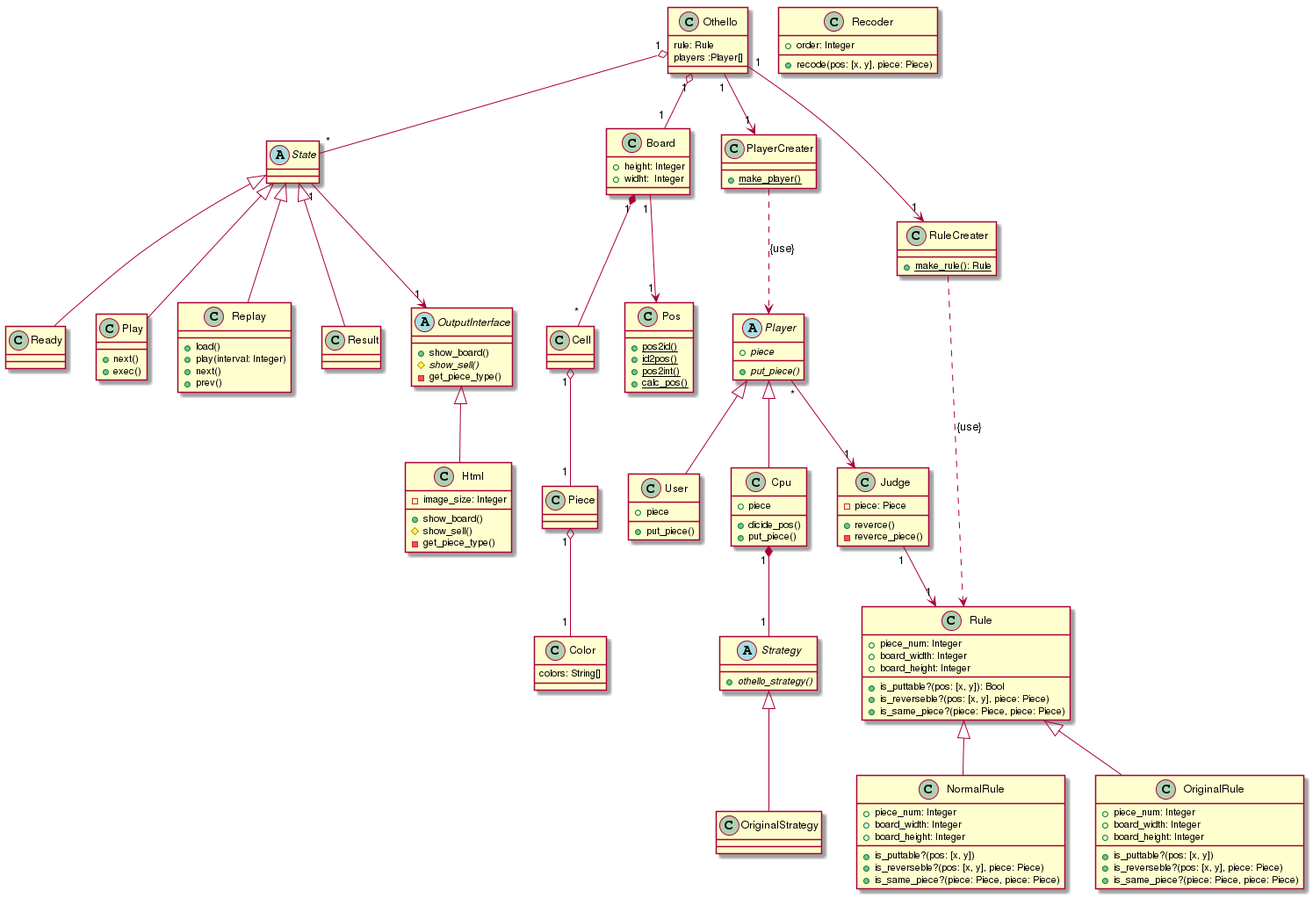
This is uml/othello.png from MaxMEllon/AppBox, a PlantUML export, as it was before one commit.
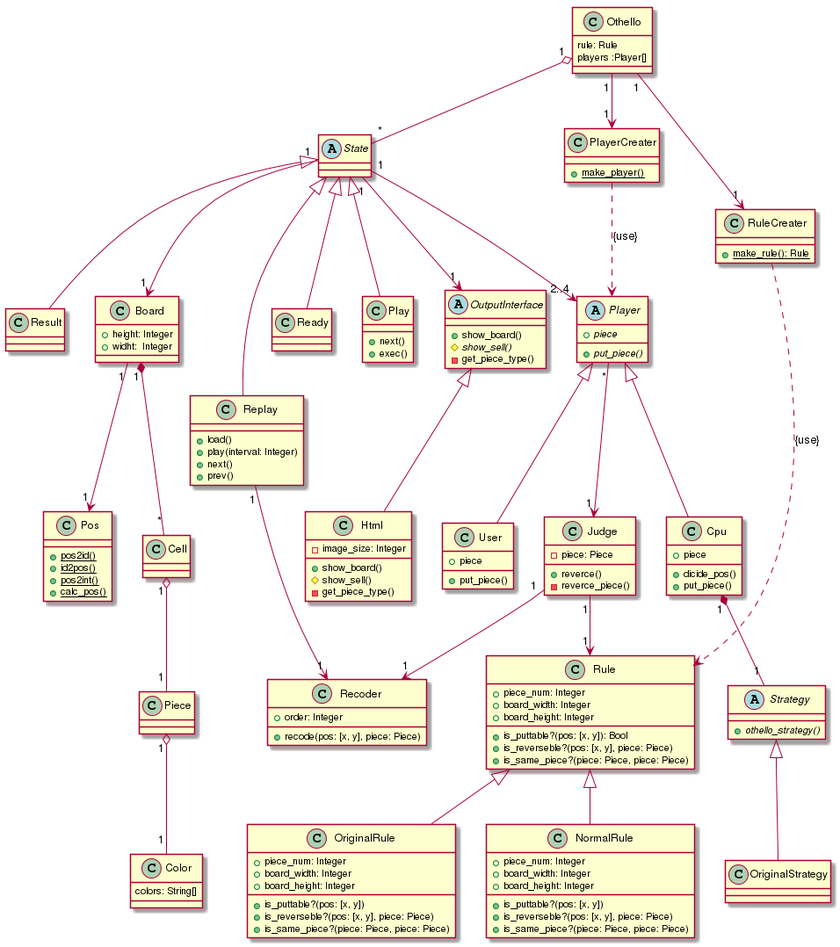
The same file after the commit.

Change to the diagram source:
```diff
@@ -139,7 +139,6 @@
 
 
 Othello "1" o-- "*" State
-Othello "1" o-- "1" Board
 Othello "1" --> "1" PlayerCreater
 Othello "1" --> "1" RuleCreater
 
@@ -149,6 +148,10 @@
 State <|-- Result
 
 State "1" --> "1" OutputInterface
+State "1" --> "1" Board
+State "1" --> "2..4" Player
+
+Replay "1" --> "1" Recoder
 
 Board "1" --> "1" Pos
 Board "1" *-- "*" Cell
@@ -163,6 +166,7 @@
 Player "*" --> "1" Judge
 
 Judge "1" --> "1" Rule
+Judge "1" --> "1" Recoder
 Cpu "1" *-- "1" Strategy
 Strategy <|-- OriginalStrategy
 
```
